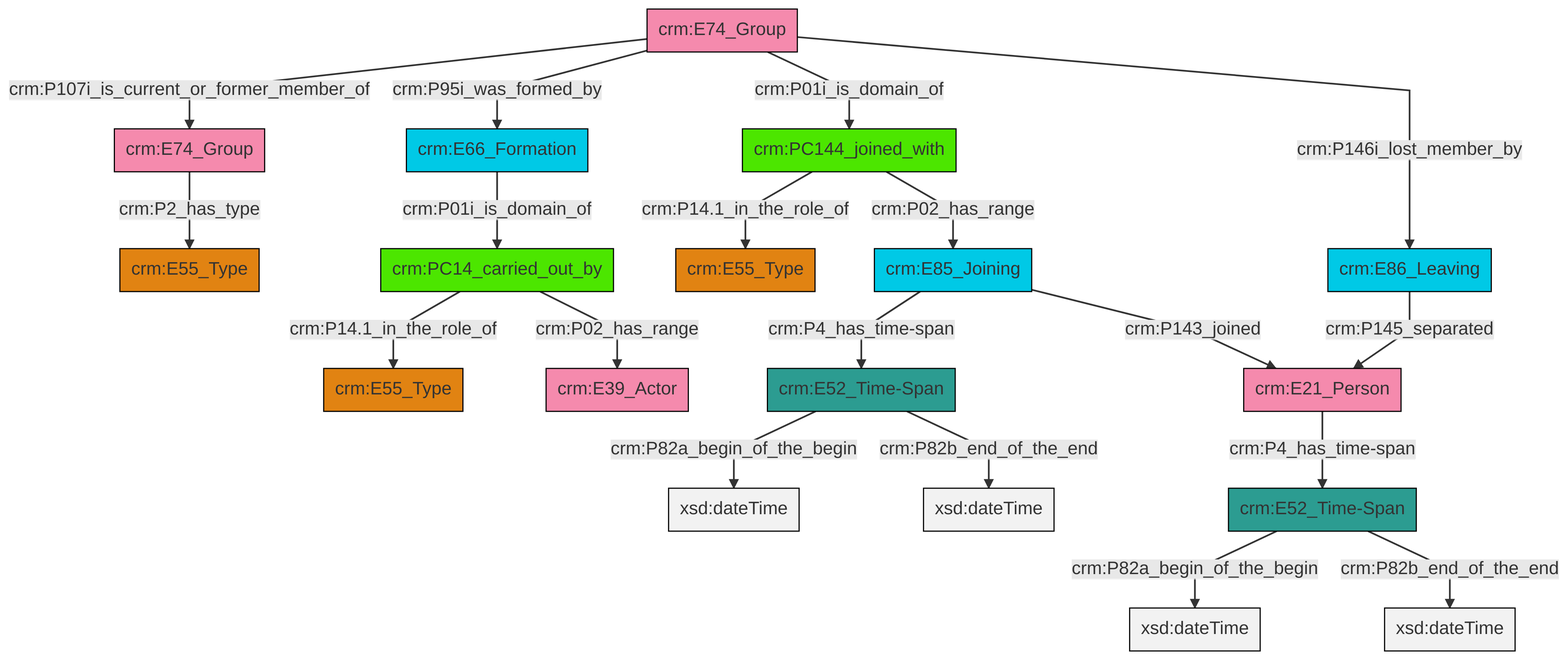
Earlier version of the Mermaid export et/groupCSV/ttl/mmd/png/group_actor_relations.png (swiss-art-research-net/reference-data-models). Its source is kept beside it as et/groupCSV/ttl/mmd/group_actor_relations.ttl.mmd.
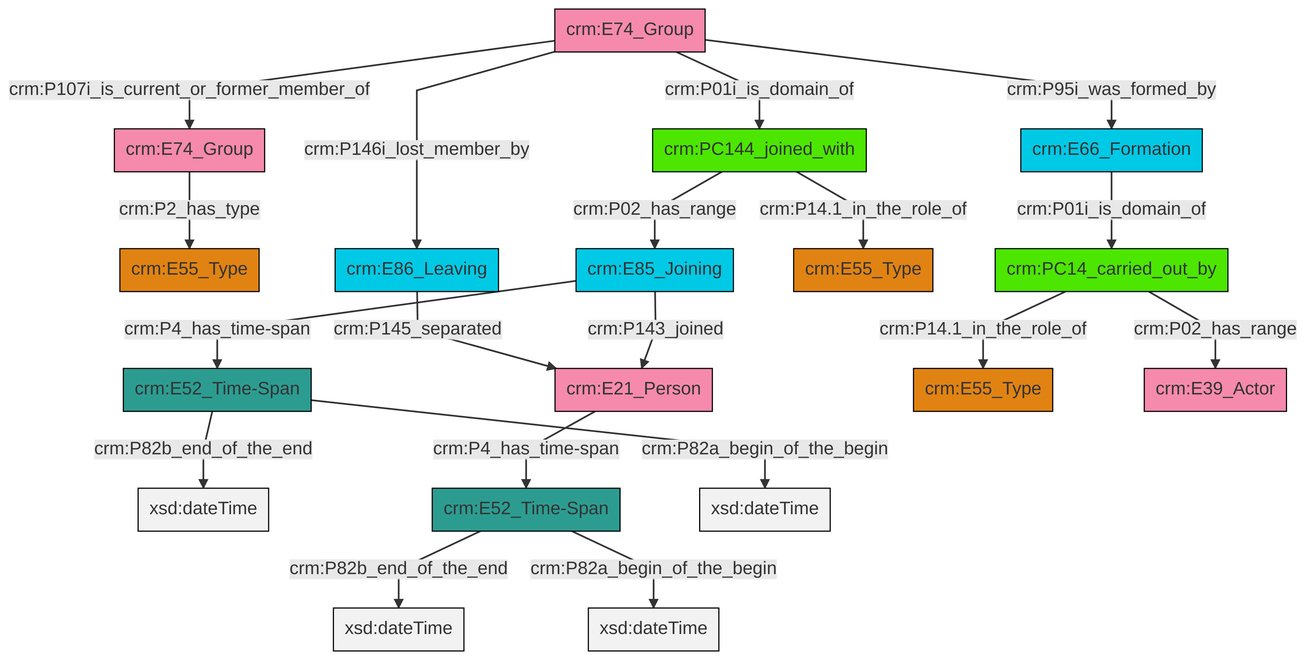
Later version of the same file.

Change to the diagram source:
```diff
@@ -13,21 +13,21 @@
 classDef PC_Classes fill:#4ce600, stroke:#000000;
 classDef Multi fill:#cccccc,stroke:#000000;
 
-6["crm:E74_Group"]:::Actor -->|crm:P107i_is_current_or_former_member_of| 7["crm:E74_Group"]:::Actor
-7["crm:E74_Group"]:::Actor -->|crm:P2_has_type| 8["crm:E55_Type"]:::Type
-9["crm:E85_Joining"]:::Temporal_Entity -->|crm:P4_has_time-span| 0["crm:E52_Time-Span"]:::Time-Span
-10["crm:E66_Formation"]:::Temporal_Entity -->|crm:P01i_is_domain_of| 12["crm:PC14_carried_out_by"]:::PC_Classes
-13["crm:PC144_joined_with"]:::PC_Classes -->|crm:P14.1_in_the_role_of| 14["crm:E55_Type"]:::Type
-12["crm:PC14_carried_out_by"]:::PC_Classes -->|crm:P14.1_in_the_role_of| 16["crm:E55_Type"]:::Type
-6["crm:E74_Group"]:::Actor -->|crm:P95i_was_formed_by| 10["crm:E66_Formation"]:::Temporal_Entity
-2["crm:E21_Person"]:::Actor -->|crm:P4_has_time-span| 20["crm:E52_Time-Span"]:::Time-Span
-0["crm:E52_Time-Span"]:::Time-Span -->|crm:P82a_begin_of_the_begin| 21[xsd:dateTime]:::Literal
-20["crm:E52_Time-Span"]:::Time-Span -->|crm:P82a_begin_of_the_begin| 22[xsd:dateTime]:::Literal
-0["crm:E52_Time-Span"]:::Time-Span -->|crm:P82b_end_of_the_end| 25[xsd:dateTime]:::Literal
-20["crm:E52_Time-Span"]:::Time-Span -->|crm:P82b_end_of_the_end| 27[xsd:dateTime]:::Literal
-6["crm:E74_Group"]:::Actor -->|crm:P01i_is_domain_of| 13["crm:PC144_joined_with"]:::PC_Classes
-6["crm:E74_Group"]:::Actor -->|crm:P146i_lost_member_by| 4["crm:E86_Leaving"]:::Temporal_Entity
-12["crm:PC14_carried_out_by"]:::PC_Classes -->|crm:P02_has_range| 17["crm:E39_Actor"]:::Actor
-9["crm:E85_Joining"]:::Temporal_Entity -->|crm:P143_joined| 2["crm:E21_Person"]:::Actor
-13["crm:PC144_joined_with"]:::PC_Classes -->|crm:P02_has_range| 9["crm:E85_Joining"]:::Temporal_Entity
-4["crm:E86_Leaving"]:::Temporal_Entity -->|crm:P145_separated| 2["crm:E21_Person"]:::Actor
+2["crm:E52_Time-Span"]:::Time-Span -->|crm:P82b_end_of_the_end| 3[xsd:dateTime]:::Literal
+5["crm:E52_Time-Span"]:::Time-Span -->|crm:P82b_end_of_the_end| 6[xsd:dateTime]:::Literal
+7["crm:E21_Person"]:::Actor -->|crm:P4_has_time-span| 5["crm:E52_Time-Span"]:::Time-Span
+10["crm:E86_Leaving"]:::Temporal_Entity -->|crm:P145_separated| 7["crm:E21_Person"]:::Actor
+22["crm:PC144_joined_with"]:::PC_Classes -->|crm:P02_has_range| 14["crm:E85_Joining"]:::Temporal_Entity
+24["crm:PC14_carried_out_by"]:::PC_Classes -->|crm:P14.1_in_the_role_of| 8["crm:E55_Type"]:::Type
+18["crm:E66_Formation"]:::Temporal_Entity -->|crm:P01i_is_domain_of| 24["crm:PC14_carried_out_by"]:::PC_Classes
+14["crm:E85_Joining"]:::Temporal_Entity -->|crm:P4_has_time-span| 2["crm:E52_Time-Span"]:::Time-Span
+24["crm:PC14_carried_out_by"]:::PC_Classes -->|crm:P02_has_range| 27["crm:E39_Actor"]:::Actor
+2["crm:E52_Time-Span"]:::Time-Span -->|crm:P82a_begin_of_the_begin| 28[xsd:dateTime]:::Literal
+16["crm:E74_Group"]:::Actor -->|crm:P146i_lost_member_by| 10["crm:E86_Leaving"]:::Temporal_Entity
+16["crm:E74_Group"]:::Actor -->|crm:P95i_was_formed_by| 18["crm:E66_Formation"]:::Temporal_Entity
+5["crm:E52_Time-Span"]:::Time-Span -->|crm:P82a_begin_of_the_begin| 31[xsd:dateTime]:::Literal
+14["crm:E85_Joining"]:::Temporal_Entity -->|crm:P143_joined| 7["crm:E21_Person"]:::Actor
+16["crm:E74_Group"]:::Actor -->|crm:P107i_is_current_or_former_member_of| 12["crm:E74_Group"]:::Actor
+22["crm:PC144_joined_with"]:::PC_Classes -->|crm:P14.1_in_the_role_of| 20["crm:E55_Type"]:::Type
+12["crm:E74_Group"]:::Actor -->|crm:P2_has_type| 0["crm:E55_Type"]:::Type
+16["crm:E74_Group"]:::Actor -->|crm:P01i_is_domain_of| 22["crm:PC144_joined_with"]:::PC_Classes
```
